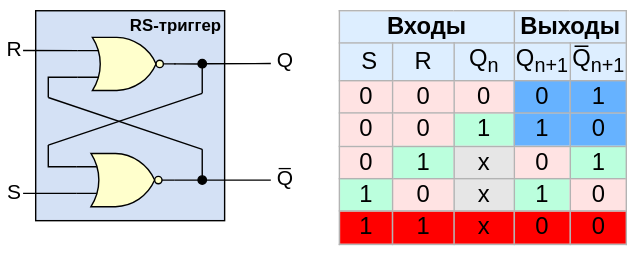
The draw.io diagram .pic/Introduction/Sequential logic/fig_03.drawio.svg in MPSU/APS, before a commit. Source tidied: cells renumbered, new cells last; positions are measured from the earlier drawing's top-left corner, leaving out a move shared by most shapes.
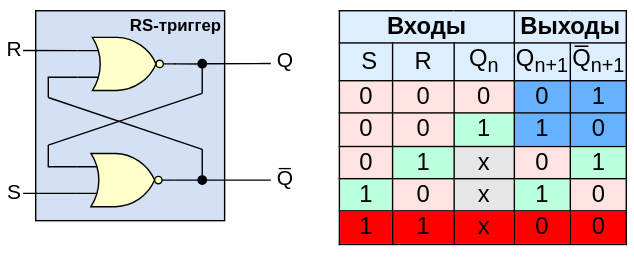
Above is the later version.

Diff of the diagram source:
```diff
@@ -79,7 +79,7 @@
     <mxCell id="18" value="R" style="text;html=1;strokeColor=none;fillColor=none;align=center;verticalAlign=middle;whiteSpace=wrap;rounded=0;fontSize=15;spacingTop=-5;" parent="1" vertex="1">
       <mxGeometry y="28" width="20" height="17" as="geometry" />
     </mxCell>
-    <mxCell id="19" value="&lt;table border=&quot;1&quot; class=&quot;wikitable&quot; style=&quot;text-align: center; font-size: 17px; border: 1px solid rgb(179, 179, 179); border-collapse: collapse;&quot; id=&quot;mwAjk&quot;&gt;&lt;tbody id=&quot;mwAjs&quot;&gt;&lt;tr style=&quot;background:#def;&quot; id=&quot;mwAjw&quot;&gt;&lt;td colspan=&quot;3&quot;&gt;&lt;b&gt;Входы&lt;/b&gt;&lt;/td&gt;&lt;td colspan=&quot;2&quot; id=&quot;mwAj8&quot;&gt;&lt;b id=&quot;mwAkA&quot;&gt;&lt;font style=&quot;font-size: 17px;&quot;&gt;Выходы&lt;/font&gt;&lt;/b&gt;&lt;/td&gt;&lt;/tr&gt;&lt;tr style=&quot;background:#def;&quot; id=&quot;mwAkE&quot;&gt;&lt;td&gt;&amp;nbsp; &amp;nbsp;S&amp;nbsp;&amp;nbsp;&lt;/td&gt;&lt;td id=&quot;mwAkI&quot;&gt;&lt;font style=&quot;font-size: 17px;&quot;&gt;&amp;nbsp; &amp;nbsp;R&amp;nbsp; &amp;nbsp;&lt;/font&gt;&lt;/td&gt;&lt;td id=&quot;mwAkM&quot;&gt;&lt;font style=&quot;font-size: 17px;&quot;&gt;&amp;nbsp; Q&lt;sub&gt;n&lt;/sub&gt;&amp;nbsp;&amp;nbsp;&lt;/font&gt;&lt;/td&gt;&lt;td id=&quot;mwAkQ&quot;&gt;Q&lt;sub&gt;n+1&lt;/sub&gt;&lt;br&gt;&lt;/td&gt;&lt;td id=&quot;mwAkU&quot;&gt;Q̅&lt;sub&gt;n+1&lt;/sub&gt;&lt;br&gt;&lt;/td&gt;&lt;/tr&gt;&lt;tr id=&quot;mwAko&quot;&gt;&lt;td style=&quot;background-color: rgb(255, 227, 227);&quot;&gt;0&lt;/td&gt;&lt;td style=&quot;background-color: rgb(255, 227, 227);&quot; id=&quot;mwAks&quot;&gt;&lt;font style=&quot;font-size: 17px;&quot;&gt;0&lt;/font&gt;&lt;/td&gt;&lt;td style=&quot;background-color: rgb(255, 227, 227);&quot; id=&quot;mwAkw&quot;&gt;&lt;font style=&quot;font-size: 17px;&quot;&gt;0&lt;/font&gt;&lt;/td&gt;&lt;td style=&quot;background: rgb(102, 178, 255); color: black; vertical-align: middle; text-align: center;&quot; class=&quot;table-no2&quot; data-mw=&quot;{&amp;quot;parts&amp;quot;:[&amp;quot;|| &amp;quot;,{&amp;quot;template&amp;quot;:{&amp;quot;target&amp;quot;:{&amp;quot;wt&amp;quot;:&amp;quot;no2&amp;quot;,&amp;quot;href&amp;quot;:&amp;quot;./Template:No2&amp;quot;},&amp;quot;params&amp;quot;:{&amp;quot;1&amp;quot;:{&amp;quot;wt&amp;quot;:&amp;quot;0&amp;quot;}},&amp;quot;i&amp;quot;:0}},&amp;quot; &amp;quot;]}&quot; id=&quot;mwASM&quot;&gt;&lt;font style=&quot;font-size: 17px;&quot;&gt;0&lt;/font&gt;&lt;/td&gt;&lt;td style=&quot;background: rgb(102, 178, 255); color: black; vertical-align: middle; text-align: center;&quot; class=&quot;table-yes2&quot; data-mw=&quot;{&amp;quot;parts&amp;quot;:[&amp;quot;|| &amp;quot;,{&amp;quot;template&amp;quot;:{&amp;quot;target&amp;quot;:{&amp;quot;wt&amp;quot;:&amp;quot;yes2&amp;quot;,&amp;quot;href&amp;quot;:&amp;quot;./Template:Yes2&amp;quot;},&amp;quot;params&amp;quot;:{&amp;quot;1&amp;quot;:{&amp;quot;wt&amp;quot;:&amp;quot;1&amp;quot;}},&amp;quot;i&amp;quot;:0}},&amp;quot; &amp;quot;]}&quot; id=&quot;mwASc&quot;&gt;&lt;font style=&quot;font-size: 17px;&quot;&gt;1&lt;/font&gt;&lt;/td&gt;&lt;/tr&gt;&lt;tr id=&quot;mwAlM&quot;&gt;&lt;td style=&quot;background-color: rgb(255, 227, 227);&quot;&gt;0&lt;/td&gt;&lt;td style=&quot;background-color: rgb(255, 227, 227);&quot; id=&quot;mwAlQ&quot;&gt;&lt;font style=&quot;font-size: 17px;&quot;&gt;0&lt;/font&gt;&lt;/td&gt;&lt;td style=&quot;background-color: rgb(187, 255, 221);&quot; id=&quot;mwAlU&quot;&gt;&lt;font style=&quot;font-size: 17px;&quot;&gt;1&lt;/font&gt;&lt;/td&gt;&lt;td style=&quot;background: rgb(102, 178, 255); color: black; vertical-align: middle; text-align: center;&quot; class=&quot;table-no2&quot; data-mw=&quot;{&amp;quot;parts&amp;quot;:[&amp;quot;|| &amp;quot;,{&amp;quot;template&amp;quot;:{&amp;quot;target&amp;quot;:{&amp;quot;wt&amp;quot;:&amp;quot;no2&amp;quot;,&amp;quot;href&amp;quot;:&amp;quot;./Template:No2&amp;quot;},&amp;quot;params&amp;quot;:{&amp;quot;1&amp;quot;:{&amp;quot;wt&amp;quot;:&amp;quot;0&amp;quot;}},&amp;quot;i&amp;quot;:0}},&amp;quot; &amp;quot;]}&quot; id=&quot;mwASM&quot;&gt;1&lt;/td&gt;&lt;td style=&quot;background: rgb(102, 178, 255); color: black; vertical-align: middle; text-align: center;&quot; class=&quot;table-yes2&quot; data-mw=&quot;{&amp;quot;parts&amp;quot;:[&amp;quot;|| &amp;quot;,{&amp;quot;template&amp;quot;:{&amp;quot;target&amp;quot;:{&amp;quot;wt&amp;quot;:&amp;quot;yes2&amp;quot;,&amp;quot;href&amp;quot;:&amp;quot;./Template:Yes2&amp;quot;},&amp;quot;params&amp;quot;:{&amp;quot;1&amp;quot;:{&amp;quot;wt&amp;quot;:&amp;quot;1&amp;quot;}},&amp;quot;i&amp;quot;:0}},&amp;quot; &amp;quot;]}&quot; id=&quot;mwASc&quot;&gt;&lt;font style=&quot;font-size: 17px;&quot;&gt;0&lt;/font&gt;&lt;/td&gt;&lt;/tr&gt;&lt;tr id=&quot;mwAlw&quot;&gt;&lt;td style=&quot;background-color: rgb(255, 227, 227);&quot;&gt;0&lt;/td&gt;&lt;td style=&quot;background-color: rgb(187, 255, 221);&quot; id=&quot;mwAl0&quot;&gt;&lt;font style=&quot;font-size: 17px;&quot;&gt;1&lt;/font&gt;&lt;/td&gt;&lt;td style=&quot;background-color: rgb(230, 230, 230);&quot; id=&quot;mwAl4&quot;&gt;x&lt;/td&gt;&lt;td style=&quot;background: #FFE3E3; color: black; vertical-align: middle; text-align: center;&quot; class=&quot;table-no2&quot; data-mw=&quot;{&amp;quot;parts&amp;quot;:[&amp;quot;|| &amp;quot;,{&amp;quot;template&amp;quot;:{&amp;quot;target&amp;quot;:{&amp;quot;wt&amp;quot;:&amp;quot;no2&amp;quot;,&amp;quot;href&amp;quot;:&amp;quot;./Template:No2&amp;quot;},&amp;quot;params&amp;quot;:{&amp;quot;1&amp;quot;:{&amp;quot;wt&amp;quot;:&amp;quot;0&amp;quot;}},&amp;quot;i&amp;quot;:0}},&amp;quot; &amp;quot;]}&quot; id=&quot;mwASM&quot;&gt;&lt;font style=&quot;font-size: 17px;&quot;&gt;0&lt;/font&gt;&lt;/td&gt;&lt;td style=&quot;background:#bfd; color:black; vertical-align:middle; text-align:center;&quot; class=&quot;table-yes2&quot; data-mw=&quot;{&amp;quot;parts&amp;quot;:[&amp;quot;|| &amp;quot;,{&amp;quot;template&amp;quot;:{&amp;quot;target&amp;quot;:{&amp;quot;wt&amp;quot;:&amp;quot;yes2&amp;quot;,&amp;quot;href&amp;quot;:&amp;quot;./Template:Yes2&amp;quot;},&amp;quot;params&amp;quot;:{&amp;quot;1&amp;quot;:{&amp;quot;wt&amp;quot;:&amp;quot;1&amp;quot;}},&amp;quot;i&amp;quot;:0}},&amp;quot; &amp;quot;]}&quot; id=&quot;mwASc&quot;&gt;&lt;font style=&quot;font-size: 17px;&quot;&gt;1&lt;/font&gt;&lt;/td&gt;&lt;/tr&gt;&lt;tr id=&quot;mwAmU&quot;&gt;&lt;td style=&quot;background-color: rgb(187, 255, 221);&quot;&gt;1&lt;/td&gt;&lt;td style=&quot;background-color: rgb(255, 227, 227);&quot; id=&quot;mwAmY&quot;&gt;&lt;font style=&quot;font-size: 17px;&quot;&gt;0&lt;/font&gt;&lt;/td&gt;&lt;td style=&quot;background-color: rgb(230, 230, 230);&quot; id=&quot;mwAmc&quot;&gt;&lt;font style=&quot;font-size: 17px;&quot;&gt;x&lt;/font&gt;&lt;/td&gt;&lt;td style=&quot;background:#bfd; color:black; vertical-align:middle; text-align:center;&quot; class=&quot;table-yes2&quot; data-mw=&quot;{&amp;quot;parts&amp;quot;:[&amp;quot;|| &amp;quot;,{&amp;quot;template&amp;quot;:{&amp;quot;target&amp;quot;:{&amp;quot;wt&amp;quot;:&amp;quot;yes2&amp;quot;,&amp;quot;href&amp;quot;:&amp;quot;./Template:Yes2&amp;quot;},&amp;quot;params&amp;quot;:{&amp;quot;1&amp;quot;:{&amp;quot;wt&amp;quot;:&amp;quot;1&amp;quot;}},&amp;quot;i&amp;quot;:0}},&amp;quot; &amp;quot;]}&quot; id=&quot;mwASc&quot;&gt;&lt;font style=&quot;font-size: 17px;&quot;&gt;1&lt;/font&gt;&lt;/td&gt;&lt;td style=&quot;background: #FFE3E3; color: black; vertical-align: middle; text-align: center;&quot; class=&quot;table-no2&quot; data-mw=&quot;{&amp;quot;parts&amp;quot;:[&amp;quot;|| &amp;quot;,{&amp;quot;template&amp;quot;:{&amp;quot;target&amp;quot;:{&amp;quot;wt&amp;quot;:&amp;quot;no2&amp;quot;,&amp;quot;href&amp;quot;:&amp;quot;./Template:No2&amp;quot;},&amp;quot;params&amp;quot;:{&amp;quot;1&amp;quot;:{&amp;quot;wt&amp;quot;:&amp;quot;0&amp;quot;}},&amp;quot;i&amp;quot;:0}},&amp;quot; &amp;quot;]}&quot; id=&quot;mwASM&quot;&gt;&lt;font style=&quot;font-size: 17px;&quot;&gt;0&lt;/font&gt;&lt;/td&gt;&lt;/tr&gt;&lt;tr&gt;&lt;td style=&quot;background-color: rgb(255, 0, 0);&quot;&gt;1&lt;/td&gt;&lt;td style=&quot;background-color: rgb(255, 0, 0);&quot;&gt;1&lt;/td&gt;&lt;td style=&quot;background-color: rgb(255, 0, 0);&quot;&gt;x&lt;/td&gt;&lt;td style=&quot;background-color: rgb(255, 0, 0);&quot;&gt;0&lt;/td&gt;&lt;td style=&quot;background-color: rgb(255, 0, 0);&quot;&gt;0&lt;/td&gt;&lt;/tr&gt;&lt;/tbody&gt;&lt;/table&gt;" style="text;whiteSpace=wrap;html=1;" parent="1" vertex="1">
+    <mxCell id="19" value="&lt;table border=&quot;1&quot; class=&quot;wikitable&quot; style=&quot;text-align: center; font-size: 17px; border: 1px solid rgb(0, 0, 0); border-collapse: collapse;&quot; id=&quot;mwAjk&quot;&gt;&lt;tbody id=&quot;mwAjs&quot;&gt;&lt;tr style=&quot;background:#def;&quot; id=&quot;mwAjw&quot;&gt;&lt;td colspan=&quot;3&quot; style=&quot;border: 1px solid rgb(0, 0, 0);&quot;&gt;&lt;b&gt;Входы&lt;/b&gt;&lt;/td&gt;&lt;td colspan=&quot;2&quot; id=&quot;mwAj8&quot; style=&quot;border: 1px solid rgb(0, 0, 0);&quot;&gt;&lt;b id=&quot;mwAkA&quot;&gt;&lt;font style=&quot;font-size: 17px;&quot;&gt;Выходы&lt;/font&gt;&lt;/b&gt;&lt;/td&gt;&lt;/tr&gt;&lt;tr style=&quot;background:#def;&quot; id=&quot;mwAkE&quot;&gt;&lt;td style=&quot;border: 1px solid rgb(0, 0, 0);&quot;&gt;&amp;nbsp; &amp;nbsp;S&amp;nbsp;&amp;nbsp;&lt;/td&gt;&lt;td id=&quot;mwAkI&quot; style=&quot;border: 1px solid rgb(0, 0, 0);&quot;&gt;&lt;font style=&quot;font-size: 17px;&quot;&gt;&amp;nbsp; &amp;nbsp;R&amp;nbsp; &amp;nbsp;&lt;/font&gt;&lt;/td&gt;&lt;td id=&quot;mwAkM&quot; style=&quot;border: 1px solid rgb(0, 0, 0);&quot;&gt;&lt;font style=&quot;font-size: 17px;&quot;&gt;&amp;nbsp; Q&lt;sub&gt;n&lt;/sub&gt;&amp;nbsp;&amp;nbsp;&lt;/font&gt;&lt;/td&gt;&lt;td id=&quot;mwAkQ&quot; style=&quot;border: 1px solid rgb(0, 0, 0);&quot;&gt;Q&lt;sub&gt;n+1&lt;/sub&gt;&lt;br&gt;&lt;/td&gt;&lt;td id=&quot;mwAkU&quot; style=&quot;border: 1px solid rgb(0, 0, 0);&quot;&gt;Q̅&lt;sub&gt;n+1&lt;/sub&gt;&lt;br&gt;&lt;/td&gt;&lt;/tr&gt;&lt;tr id=&quot;mwAko&quot;&gt;&lt;td style=&quot;background-color: rgb(255, 227, 227); border: 1px solid rgb(0, 0, 0);&quot;&gt;0&lt;/td&gt;&lt;td style=&quot;background-color: rgb(255, 227, 227); border: 1px solid rgb(0, 0, 0);&quot; id=&quot;mwAks&quot;&gt;&lt;font style=&quot;font-size: 17px;&quot;&gt;0&lt;/font&gt;&lt;/td&gt;&lt;td style=&quot;background-color: rgb(255, 227, 227); border: 1px solid rgb(0, 0, 0);&quot; id=&quot;mwAkw&quot;&gt;&lt;font style=&quot;font-size: 17px;&quot;&gt;0&lt;/font&gt;&lt;/td&gt;&lt;td style=&quot;background: rgb(102, 178, 255); color: black; vertical-align: middle; text-align: center; border: 1px solid rgb(0, 0, 0);&quot; class=&quot;table-no2&quot; data-mw=&quot;{&amp;quot;parts&amp;quot;:[&amp;quot;|| &amp;quot;,{&amp;quot;template&amp;quot;:{&amp;quot;target&amp;quot;:{&amp;quot;wt&amp;quot;:&amp;quot;no2&amp;quot;,&amp;quot;href&amp;quot;:&amp;quot;./Template:No2&amp;quot;},&amp;quot;params&amp;quot;:{&amp;quot;1&amp;quot;:{&amp;quot;wt&amp;quot;:&amp;quot;0&amp;quot;}},&amp;quot;i&amp;quot;:0}},&amp;quot; &amp;quot;]}&quot; id=&quot;mwASM&quot;&gt;&lt;font style=&quot;font-size: 17px;&quot;&gt;0&lt;/font&gt;&lt;/td&gt;&lt;td style=&quot;background: rgb(102, 178, 255); color: black; vertical-align: middle; text-align: center; border: 1px solid rgb(0, 0, 0);&quot; class=&quot;table-yes2&quot; data-mw=&quot;{&amp;quot;parts&amp;quot;:[&amp;quot;|| &amp;quot;,{&amp;quot;template&amp;quot;:{&amp;quot;target&amp;quot;:{&amp;quot;wt&amp;quot;:&amp;quot;yes2&amp;quot;,&amp;quot;href&amp;quot;:&amp;quot;./Template:Yes2&amp;quot;},&amp;quot;params&amp;quot;:{&amp;quot;1&amp;quot;:{&amp;quot;wt&amp;quot;:&amp;quot;1&amp;quot;}},&amp;quot;i&amp;quot;:0}},&amp;quot; &amp;quot;]}&quot; id=&quot;mwASc&quot;&gt;&lt;font style=&quot;font-size: 17px;&quot;&gt;1&lt;/font&gt;&lt;/td&gt;&lt;/tr&gt;&lt;tr id=&quot;mwAlM&quot;&gt;&lt;td style=&quot;background-color: rgb(255, 227, 227); border: 1px solid rgb(0, 0, 0);&quot;&gt;0&lt;/td&gt;&lt;td style=&quot;background-color: rgb(255, 227, 227); border: 1px solid rgb(0, 0, 0);&quot; id=&quot;mwAlQ&quot;&gt;&lt;font style=&quot;font-size: 17px;&quot;&gt;0&lt;/font&gt;&lt;/td&gt;&lt;td style=&quot;background-color: rgb(187, 255, 221); border: 1px solid rgb(0, 0, 0);&quot; id=&quot;mwAlU&quot;&gt;&lt;font style=&quot;font-size: 17px;&quot;&gt;1&lt;/font&gt;&lt;/td&gt;&lt;td style=&quot;background: rgb(102, 178, 255); color: black; vertical-align: middle; text-align: center; border: 1px solid rgb(0, 0, 0);&quot; class=&quot;table-no2&quot; data-mw=&quot;{&amp;quot;parts&amp;quot;:[&amp;quot;|| &amp;quot;,{&amp;quot;template&amp;quot;:{&amp;quot;target&amp;quot;:{&amp;quot;wt&amp;quot;:&amp;quot;no2&amp;quot;,&amp;quot;href&amp;quot;:&amp;quot;./Template:No2&amp;quot;},&amp;quot;params&amp;quot;:{&amp;quot;1&amp;quot;:{&amp;quot;wt&amp;quot;:&amp;quot;0&amp;quot;}},&amp;quot;i&amp;quot;:0}},&amp;quot; &amp;quot;]}&quot; id=&quot;mwASM&quot;&gt;1&lt;/td&gt;&lt;td style=&quot;background: rgb(102, 178, 255); color: black; vertical-align: middle; text-align: center; border: 1px solid rgb(0, 0, 0);&quot; class=&quot;table-yes2&quot; data-mw=&quot;{&amp;quot;parts&amp;quot;:[&amp;quot;|| &amp;quot;,{&amp;quot;template&amp;quot;:{&amp;quot;target&amp;quot;:{&amp;quot;wt&amp;quot;:&amp;quot;yes2&amp;quot;,&amp;quot;href&amp;quot;:&amp;quot;./Template:Yes2&amp;quot;},&amp;quot;params&amp;quot;:{&amp;quot;1&amp;quot;:{&amp;quot;wt&amp;quot;:&amp;quot;1&amp;quot;}},&amp;quot;i&amp;quot;:0}},&amp;quot; &amp;quot;]}&quot; id=&quot;mwASc&quot;&gt;&lt;font style=&quot;font-size: 17px;&quot;&gt;0&lt;/font&gt;&lt;/td&gt;&lt;/tr&gt;&lt;tr id=&quot;mwAlw&quot;&gt;&lt;td style=&quot;background-color: rgb(255, 227, 227); border: 1px solid rgb(0, 0, 0);&quot;&gt;0&lt;/td&gt;&lt;td style=&quot;background-color: rgb(187, 255, 221); border: 1px solid rgb(0, 0, 0);&quot; id=&quot;mwAl0&quot;&gt;&lt;font style=&quot;font-size: 17px;&quot;&gt;1&lt;/font&gt;&lt;/td&gt;&lt;td style=&quot;background-color: rgb(230, 230, 230); border: 1px solid rgb(0, 0, 0);&quot; id=&quot;mwAl4&quot;&gt;x&lt;/td&gt;&lt;td style=&quot;background: #FFE3E3; color: black; vertical-align: middle; text-align: center; border: 1px solid rgb(0, 0, 0);&quot; class=&quot;table-no2&quot; data-mw=&quot;{&amp;quot;parts&amp;quot;:[&amp;quot;|| &amp;quot;,{&amp;quot;template&amp;quot;:{&amp;quot;target&amp;quot;:{&amp;quot;wt&amp;quot;:&amp;quot;no2&amp;quot;,&amp;quot;href&amp;quot;:&amp;quot;./Template:No2&amp;quot;},&amp;quot;params&amp;quot;:{&amp;quot;1&amp;quot;:{&amp;quot;wt&amp;quot;:&amp;quot;0&amp;quot;}},&amp;quot;i&amp;quot;:0}},&amp;quot; &amp;quot;]}&quot; id=&quot;mwASM&quot;&gt;&lt;font style=&quot;font-size: 17px;&quot;&gt;0&lt;/font&gt;&lt;/td&gt;&lt;td style=&quot;background:#bfd; color:black; vertical-align:middle; text-align:center; border: 1px solid rgb(0, 0, 0);&quot; class=&quot;table-yes2&quot; data-mw=&quot;{&amp;quot;parts&amp;quot;:[&amp;quot;|| &amp;quot;,{&amp;quot;template&amp;quot;:{&amp;quot;target&amp;quot;:{&amp;quot;wt&amp;quot;:&amp;quot;yes2&amp;quot;,&amp;quot;href&amp;quot;:&amp;quot;./Template:Yes2&amp;quot;},&amp;quot;params&amp;quot;:{&amp;quot;1&amp;quot;:{&amp;quot;wt&amp;quot;:&amp;quot;1&amp;quot;}},&amp;quot;i&amp;quot;:0}},&amp;quot; &amp;quot;]}&quot; id=&quot;mwASc&quot;&gt;&lt;font style=&quot;font-size: 17px;&quot;&gt;1&lt;/font&gt;&lt;/td&gt;&lt;/tr&gt;&lt;tr id=&quot;mwAmU&quot;&gt;&lt;td style=&quot;background-color: rgb(187, 255, 221); border: 1px solid rgb(0, 0, 0);&quot;&gt;1&lt;/td&gt;&lt;td style=&quot;background-color: rgb(255, 227, 227); border: 1px solid rgb(0, 0, 0);&quot; id=&quot;mwAmY&quot;&gt;&lt;font style=&quot;font-size: 17px;&quot;&gt;0&lt;/font&gt;&lt;/td&gt;&lt;td style=&quot;background-color: rgb(230, 230, 230); border: 1px solid rgb(0, 0, 0);&quot; id=&quot;mwAmc&quot;&gt;&lt;font style=&quot;font-size: 17px;&quot;&gt;x&lt;/font&gt;&lt;/td&gt;&lt;td style=&quot;background:#bfd; color:black; vertical-align:middle; text-align:center; border: 1px solid rgb(0, 0, 0);&quot; class=&quot;table-yes2&quot; data-mw=&quot;{&amp;quot;parts&amp;quot;:[&amp;quot;|| &amp;quot;,{&amp;quot;template&amp;quot;:{&amp;quot;target&amp;quot;:{&amp;quot;wt&amp;quot;:&amp;quot;yes2&amp;quot;,&amp;quot;href&amp;quot;:&amp;quot;./Template:Yes2&amp;quot;},&amp;quot;params&amp;quot;:{&amp;quot;1&amp;quot;:{&amp;quot;wt&amp;quot;:&amp;quot;1&amp;quot;}},&amp;quot;i&amp;quot;:0}},&amp;quot; &amp;quot;]}&quot; id=&quot;mwASc&quot;&gt;&lt;font style=&quot;font-size: 17px;&quot;&gt;1&lt;/font&gt;&lt;/td&gt;&lt;td style=&quot;background: #FFE3E3; color: black; vertical-align: middle; text-align: center; border: 1px solid rgb(0, 0, 0);&quot; class=&quot;table-no2&quot; data-mw=&quot;{&amp;quot;parts&amp;quot;:[&amp;quot;|| &amp;quot;,{&amp;quot;template&amp;quot;:{&amp;quot;target&amp;quot;:{&amp;quot;wt&amp;quot;:&amp;quot;no2&amp;quot;,&amp;quot;href&amp;quot;:&amp;quot;./Template:No2&amp;quot;},&amp;quot;params&amp;quot;:{&amp;quot;1&amp;quot;:{&amp;quot;wt&amp;quot;:&amp;quot;0&amp;quot;}},&amp;quot;i&amp;quot;:0}},&amp;quot; &amp;quot;]}&quot; id=&quot;mwASM&quot;&gt;&lt;font style=&quot;font-size: 17px;&quot;&gt;0&lt;/font&gt;&lt;/td&gt;&lt;/tr&gt;&lt;tr&gt;&lt;td style=&quot;background-color: rgb(255, 0, 0); border: 1px solid rgb(0, 0, 0);&quot;&gt;1&lt;/td&gt;&lt;td style=&quot;background-color: rgb(255, 0, 0); border: 1px solid rgb(0, 0, 0);&quot;&gt;1&lt;/td&gt;&lt;td style=&quot;background-color: rgb(255, 0, 0); border: 1px solid rgb(0, 0, 0);&quot;&gt;x&lt;/td&gt;&lt;td style=&quot;background-color: rgb(255, 0, 0); border: 1px solid rgb(0, 0, 0);&quot;&gt;0&lt;/td&gt;&lt;td style=&quot;background-color: rgb(255, 0, 0); border: 1px solid rgb(0, 0, 0);&quot;&gt;0&lt;/td&gt;&lt;/tr&gt;&lt;/tbody&gt;&lt;/table&gt;" style="text;whiteSpace=wrap;html=1;" parent="1" vertex="1">
       <mxGeometry x="240" width="213" height="184" as="geometry" />
     </mxCell>
   </root>
```
